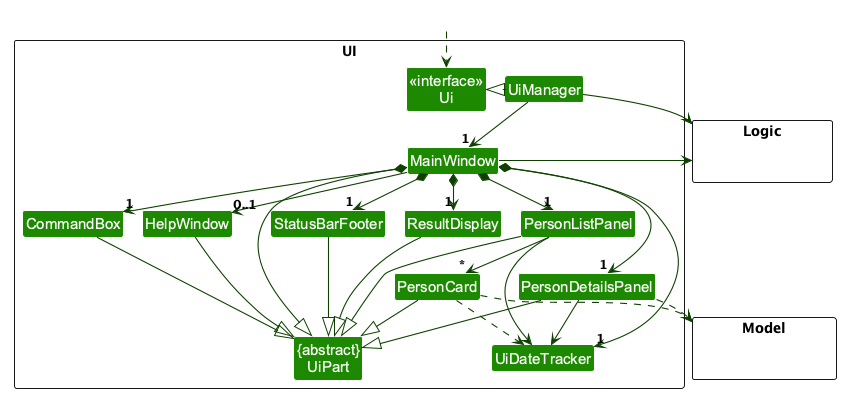
Earlier version of the PlantUML export docs/images/UiClassDiagram.png (AY2627S1-CS2103T-F11-1/tp). The source it was exported from:
```plantuml
@startuml
!pragma layout smetana
!include style.puml
skinparam arrowThickness 1.1
skinparam arrowColor UI_COLOR_T4
skinparam classBackgroundColor UI_COLOR

package UI <<Rectangle>>{
Class "<<interface>>\nUi" as Ui
Class "{abstract}\nUiPart" as UiPart
Class UiManager
Class MainWindow
Class HelpWindow
Class ResultDisplay
Class PersonListPanel
Class PersonDetailsPanel
Class PersonCard
Class UiDateTracker
Class StatusBarFooter
Class CommandBox
}

package Model <<Rectangle>> {
Class HiddenModel #FFFFFF
}

package Logic <<Rectangle>> {
Class HiddenLogic #FFFFFF
}

Class HiddenOutside #FFFFFF
HiddenOutside ..> Ui

UiManager .left.|> Ui
UiManager -down-> "1" MainWindow
MainWindow *-down->  "1" CommandBox
MainWindow *-down-> "1" ResultDisplay
MainWindow *-down-> "1" PersonListPanel
MainWindow *-down-> "1" PersonDetailsPanel
MainWindow *-down-> "1" UiDateTracker
MainWindow *-down-> "1" StatusBarFooter
MainWindow --> "0..1" HelpWindow

PersonListPanel -down-> "*" PersonCard
PersonListPanel --> UiDateTracker
PersonDetailsPanel --> UiDateTracker
PersonCard ..> UiDateTracker

MainWindow -left-|> UiPart

ResultDisplay --|> UiPart
CommandBox --|> UiPart
PersonListPanel --|> UiPart
PersonDetailsPanel --|> UiPart
PersonCard --|> UiPart
StatusBarFooter --|> UiPart
HelpWindow --|> UiPart

PersonCard ..> Model
PersonDetailsPanel ..> Model
UiManager -right-> Logic
MainWindow -left-> Logic

PersonListPanel -[hidden]left- HelpWindow
HelpWindow -[hidden]left- CommandBox
CommandBox -[hidden]left- ResultDisplay
ResultDisplay -[hidden]left- StatusBarFooter

MainWindow -[hidden]-|> UiPart
@enduml
```
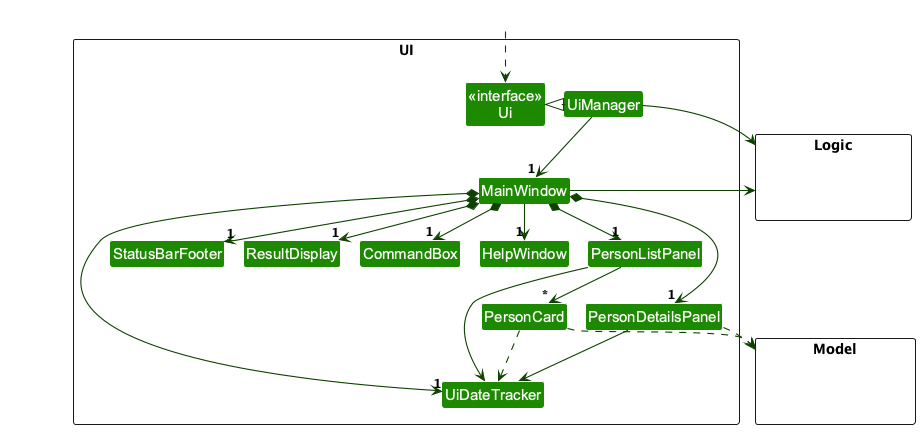
The same file after the commit.

What changed in the source:
```diff
@@ -1,13 +1,12 @@
 @startuml
+!include style.puml
 !pragma layout smetana
-!include style.puml
 skinparam arrowThickness 1.1
 skinparam arrowColor UI_COLOR_T4
 skinparam classBackgroundColor UI_COLOR
 
 package UI <<Rectangle>>{
 Class "<<interface>>\nUi" as Ui
-Class "{abstract}\nUiPart" as UiPart
 Class UiManager
 Class MainWindow
 Class HelpWindow
@@ -39,22 +38,14 @@
 MainWindow *-down-> "1" PersonDetailsPanel
 MainWindow *-down-> "1" UiDateTracker
 MainWindow *-down-> "1" StatusBarFooter
-MainWindow --> "0..1" HelpWindow
+MainWindow --> "1" HelpWindow
 
 PersonListPanel -down-> "*" PersonCard
 PersonListPanel --> UiDateTracker
 PersonDetailsPanel --> UiDateTracker
 PersonCard ..> UiDateTracker
 
-MainWindow -left-|> UiPart
 
-ResultDisplay --|> UiPart
-CommandBox --|> UiPart
-PersonListPanel --|> UiPart
-PersonDetailsPanel --|> UiPart
-PersonCard --|> UiPart
-StatusBarFooter --|> UiPart
-HelpWindow --|> UiPart
 
 PersonCard ..> Model
 PersonDetailsPanel ..> Model
@@ -66,5 +57,4 @@
 CommandBox -[hidden]left- ResultDisplay
 ResultDisplay -[hidden]left- StatusBarFooter
 
-MainWindow -[hidden]-|> UiPart
 @enduml
```
